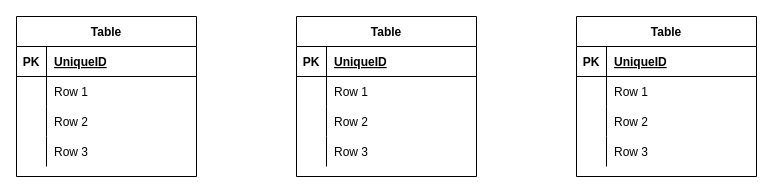
This is Untitled Diagram.drawio from KerteszZoltan/mesterminal, a draw.io file, before an edit. Source tidied: cells renumbered, new cells numbered last; positions are measured from the earlier drawing's top-left corner, leaving out a move shared by most shapes. Both pictures are drawn from the tidied source at 100%, with x=0, y=0 at pixel (16, 16).
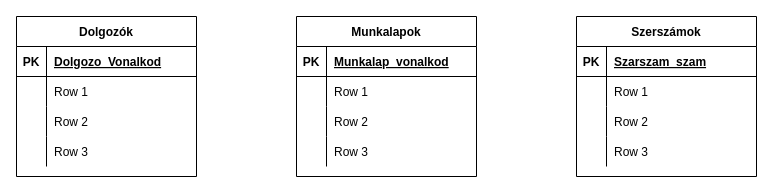
After the change.

Commit message:
basic with table name and pks'

Unchanged cells that the change refers to:
```xml
<mxCell id="3" style="shape=partialRectangle;fillColor=none;top=0;left=0;bottom=1;right=0;" parent="2" vertex="1">
  <mxGeometry y="30" width="180" height="30" as="geometry" />
</mxCell>
<mxCell id="16" style="shape=partialRectangle;fillColor=none;top=0;left=0;bottom=1;right=0;" parent="15" vertex="1">
  <mxGeometry y="30" width="180" height="30" as="geometry" />
</mxCell>
<mxCell id="29" style="shape=partialRectangle;fillColor=none;top=0;left=0;bottom=1;right=0;" parent="28" vertex="1">
  <mxGeometry y="30" width="180" height="30" as="geometry" />
</mxCell>
```

What changed in the source:
```diff
@@
-    <mxCell id="2" value="Table" style="shape=table;startSize=30;childLayout=tableLayout;rowLines=0;fontStyle=1;align=center;" parent="1" vertex="1">
+    <mxCell id="2" value="Dolgozók" style="shape=table;startSize=30;childLayout=tableLayout;rowLines=0;fontStyle=1;align=center;" parent="1" vertex="1">
       <mxGeometry width="180" height="160" as="geometry" />
     </mxCell>
@@
-    <mxCell id="5" value="UniqueID" style="shape=partialRectangle;fillColor=none;top=0;left=0;bottom=0;right=0;align=left;spacingLeft=6;fontStyle=5;overflow=hidden;" parent="3" vertex="1">
+    <mxCell id="5" value="Dolgozo_Vonalkod" style="shape=partialRectangle;fillColor=none;top=0;left=0;bottom=0;right=0;align=left;spacingLeft=6;fontStyle=5;overflow=hidden;" parent="3" vertex="1">
       <mxGeometry x="30" width="150" height="30" as="geometry" />
     </mxCell>
@@
-    <mxCell id="15" value="Table" style="shape=table;startSize=30;childLayout=tableLayout;rowLines=0;fontStyle=1;align=center;" parent="1" vertex="1">
+    <mxCell id="15" value="Munkalapok" style="shape=table;startSize=30;childLayout=tableLayout;rowLines=0;fontStyle=1;align=center;" parent="1" vertex="1">
       <mxGeometry x="280" width="180" height="160" as="geometry" />
     </mxCell>
@@
-    <mxCell id="18" value="UniqueID" style="shape=partialRectangle;fillColor=none;top=0;left=0;bottom=0;right=0;align=left;spacingLeft=6;fontStyle=5;overflow=hidden;" parent="16" vertex="1">
+    <mxCell id="18" value="Munkalap_vonalkod" style="shape=partialRectangle;fillColor=none;top=0;left=0;bottom=0;right=0;align=left;spacingLeft=6;fontStyle=5;overflow=hidden;" parent="16" vertex="1">
       <mxGeometry x="30" width="150" height="30" as="geometry" />
     </mxCell>
@@
-    <mxCell id="28" value="Table" style="shape=table;startSize=30;childLayout=tableLayout;rowLines=0;fontStyle=1;align=center;" parent="1" vertex="1">
+    <mxCell id="28" value="Szerszámok" style="shape=table;startSize=30;childLayout=tableLayout;rowLines=0;fontStyle=1;align=center;" parent="1" vertex="1">
       <mxGeometry x="560" width="180" height="160" as="geometry" />
     </mxCell>
@@
-    <mxCell id="31" value="UniqueID" style="shape=partialRectangle;fillColor=none;top=0;left=0;bottom=0;right=0;align=left;spacingLeft=6;fontStyle=5;overflow=hidden;" parent="29" vertex="1">
+    <mxCell id="31" value="Szarszam_szam" style="shape=partialRectangle;fillColor=none;top=0;left=0;bottom=0;right=0;align=left;spacingLeft=6;fontStyle=5;overflow=hidden;" parent="29" vertex="1">
       <mxGeometry x="30" width="150" height="30" as="geometry" />
     </mxCell>
```
